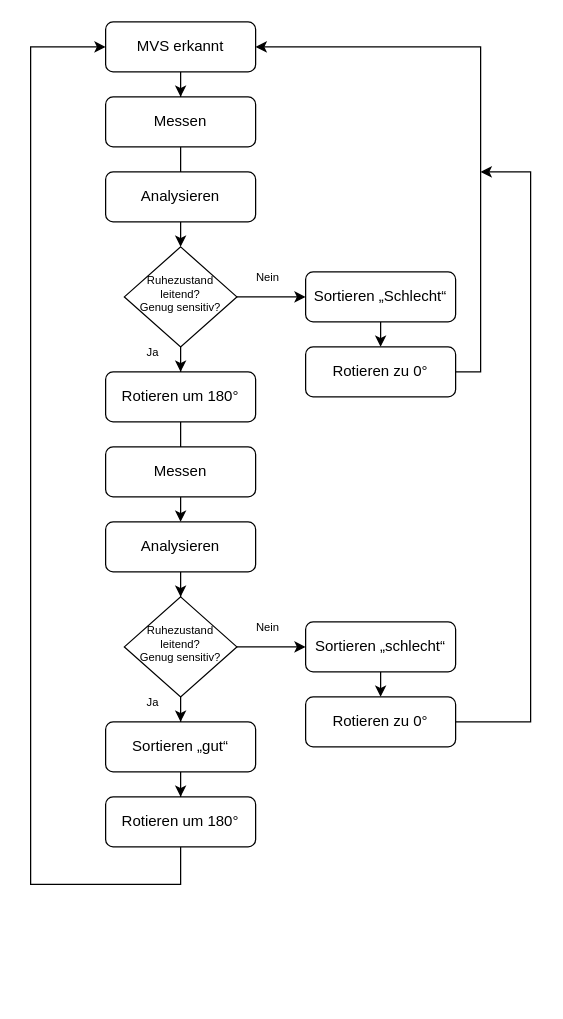
Before: algorithm.drawio in ShyngysM/stm32_multimodul, a draw.io diagram. Source tidied: cells renumbered, new cells numbered last; positions are measured from the earlier drawing's top-left corner, leaving out a move shared by most shapes. Both pictures are drawn from the tidied source at 125%, with x=0, y=0 at pixel (30, 21).
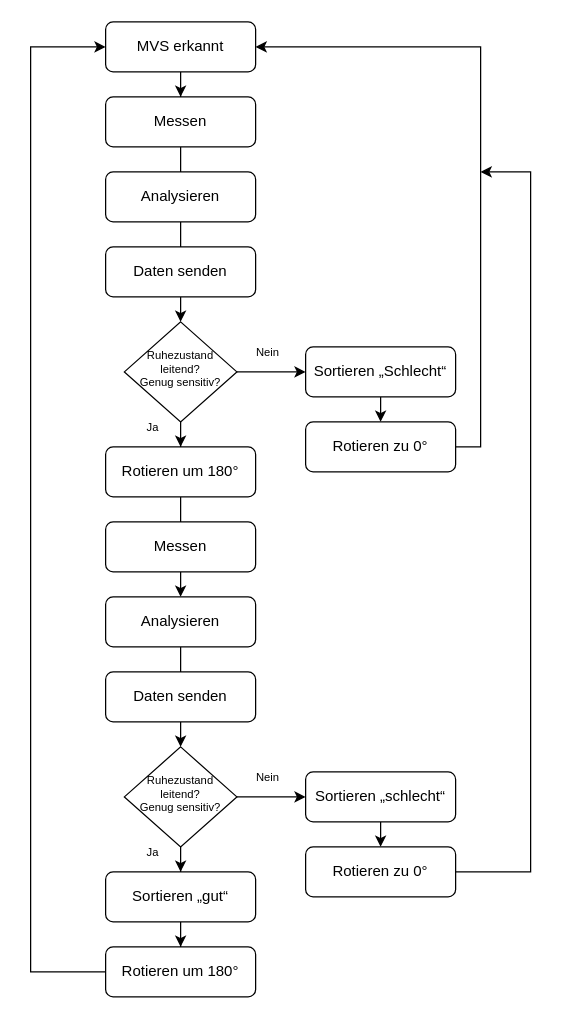
The same page after the edit.

The change refers to these unchanged cells:
```xml
<mxCell id="3" value="MVS erkannt" style="rounded=1;whiteSpace=wrap;html=1;fontSize=12;glass=0;strokeWidth=1;shadow=0;" parent="1" vertex="1">
  <mxGeometry x="60" width="120" height="40" as="geometry" />
</mxCell>
```

Change to the diagram source:
```diff
@@
     <mxCell id="9" value="&lt;div style=&quot;font-size: 9px;&quot;&gt;&lt;font style=&quot;font-size: 9px;&quot;&gt;Ruhezustand leitend?&lt;/font&gt;&lt;/div&gt;&lt;div style=&quot;font-size: 9px;&quot;&gt;&lt;font style=&quot;font-size: 9px;&quot;&gt;Genug sensitiv?&lt;/font&gt;&lt;br&gt;&lt;/div&gt;" style="rhombus;whiteSpace=wrap;html=1;shadow=0;fontFamily=Helvetica;fontSize=12;align=center;strokeWidth=1;spacing=6;spacingTop=-4;" parent="1" vertex="1">
-      <mxGeometry x="75" y="180" width="90" height="80" as="geometry" />
+      <mxGeometry x="75" y="240" width="90" height="80" as="geometry" />
     </mxCell>
@@
     <mxCell id="11" value="Sortieren „Schlecht“" style="rounded=1;whiteSpace=wrap;html=1;fontSize=12;glass=0;strokeWidth=1;shadow=0;" parent="1" vertex="1">
-      <mxGeometry x="220" y="200" width="120" height="40" as="geometry" />
+      <mxGeometry x="220" y="260" width="120" height="40" as="geometry" />
     </mxCell>
@@
     <mxCell id="13" value="Rotieren um 180°" style="rounded=1;whiteSpace=wrap;html=1;fontSize=12;glass=0;strokeWidth=1;shadow=0;" parent="1" vertex="1">
-      <mxGeometry x="60" y="280" width="120" height="40" as="geometry" />
+      <mxGeometry x="60" y="340" width="120" height="40" as="geometry" />
     </mxCell>
     <mxCell id="14" value="Ja" style="text;html=1;strokeColor=none;fillColor=none;align=center;verticalAlign=middle;whiteSpace=wrap;rounded=0;fontSize=9;" parent="1" vertex="1">
-      <mxGeometry x="90" y="260" width="16" height="10" as="geometry" />
+      <mxGeometry x="90" y="320" width="16" height="10" as="geometry" />
     </mxCell>
     <mxCell id="15" value="Nein" style="text;html=1;strokeColor=none;fillColor=none;align=center;verticalAlign=middle;whiteSpace=wrap;rounded=0;fontSize=9;" parent="1" vertex="1">
-      <mxGeometry x="180" y="200" width="20" height="10" as="geometry" />
+      <mxGeometry x="180" y="260" width="20" height="10" as="geometry" />
     </mxCell>
     <mxCell id="16" value="Messen" style="rounded=1;whiteSpace=wrap;html=1;fontSize=12;glass=0;strokeWidth=1;shadow=0;" parent="1" vertex="1">
-      <mxGeometry x="60" y="340" width="120" height="40" as="geometry" />
+      <mxGeometry x="60" y="400" width="120" height="40" as="geometry" />
     </mxCell>
@@
     <mxCell id="18" value="Analysieren" style="rounded=1;whiteSpace=wrap;html=1;fontSize=12;glass=0;strokeWidth=1;shadow=0;" parent="1" vertex="1">
-      <mxGeometry x="60" y="400" width="120" height="40" as="geometry" />
+      <mxGeometry x="60" y="460" width="120" height="40" as="geometry" />
     </mxCell>
@@
     <mxCell id="21" value="&lt;div style=&quot;font-size: 9px;&quot;&gt;&lt;font style=&quot;font-size: 9px;&quot;&gt;Ruhezustand leitend?&lt;/font&gt;&lt;/div&gt;&lt;div style=&quot;font-size: 9px;&quot;&gt;&lt;font style=&quot;font-size: 9px;&quot;&gt;Genug sensitiv?&lt;/font&gt;&lt;br&gt;&lt;/div&gt;" style="rhombus;whiteSpace=wrap;html=1;shadow=0;fontFamily=Helvetica;fontSize=12;align=center;strokeWidth=1;spacing=6;spacingTop=-4;" parent="1" vertex="1">
-      <mxGeometry x="75" y="460" width="90" height="80" as="geometry" />
+      <mxGeometry x="75" y="580" width="90" height="80" as="geometry" />
     </mxCell>
@@
     <mxCell id="23" value="Sortieren „schlecht“" style="rounded=1;whiteSpace=wrap;html=1;fontSize=12;glass=0;strokeWidth=1;shadow=0;" parent="1" vertex="1">
-      <mxGeometry x="220" y="480" width="120" height="40" as="geometry" />
+      <mxGeometry x="220" y="600" width="120" height="40" as="geometry" />
     </mxCell>
     <mxCell id="24" value="Ja" style="text;html=1;strokeColor=none;fillColor=none;align=center;verticalAlign=middle;whiteSpace=wrap;rounded=0;fontSize=9;" parent="1" vertex="1">
-      <mxGeometry x="90" y="540" width="16" height="10" as="geometry" />
+      <mxGeometry x="90" y="660" width="16" height="10" as="geometry" />
     </mxCell>
     <mxCell id="25" value="Nein" style="text;html=1;strokeColor=none;fillColor=none;align=center;verticalAlign=middle;whiteSpace=wrap;rounded=0;fontSize=9;" parent="1" vertex="1">
-      <mxGeometry x="180" y="480" width="20" height="10" as="geometry" />
+      <mxGeometry x="180" y="600" width="20" height="10" as="geometry" />
     </mxCell>
@@
     <mxCell id="27" value="Sortieren „gut“" style="rounded=1;whiteSpace=wrap;html=1;fontSize=12;glass=0;strokeWidth=1;shadow=0;" parent="1" vertex="1">
-      <mxGeometry x="60" y="560" width="120" height="40" as="geometry" />
+      <mxGeometry x="60" y="680" width="120" height="40" as="geometry" />
     </mxCell>
     <mxCell id="28" style="edgeStyle=none;rounded=0;jettySize=auto;html=1;fontSize=9;entryX=0;entryY=0.5;entryDx=0;entryDy=0;" parent="1" edge="1" source="29" target="3">
       <mxGeometry relative="1" as="geometry">
         <Array as="points">
-          <mxPoint x="120" y="690" />
-          <mxPoint y="690" />
+          <mxPoint y="760" />
           <mxPoint y="320" />
           <mxPoint y="20" />
           <mxPoint x="30" y="20" />
         </Array>
       </mxGeometry>
     </mxCell>
     <mxCell id="29" value="Rotieren um 180°" style="rounded=1;whiteSpace=wrap;html=1;fontSize=12;glass=0;strokeWidth=1;shadow=0;" parent="1" vertex="1">
-      <mxGeometry x="60" y="620" width="120" height="40" as="geometry" />
+      <mxGeometry x="60" y="740" width="120" height="40" as="geometry" />
     </mxCell>
     <mxCell id="30" style="edgeStyle=none;rounded=0;jettySize=auto;html=1;fontSize=9;entryX=1;entryY=0.5;entryDx=0;entryDy=0;" parent="1" edge="1" source="31" target="3">
       <mxGeometry relative="1" as="geometry">
         <Array as="points">
-          <mxPoint x="360" y="280" />
+          <mxPoint x="360" y="340" />
           <mxPoint x="360" y="20" />
         </Array>
       </mxGeometry>
     </mxCell>
     <mxCell id="31" value="Rotieren zu 0°" style="rounded=1;whiteSpace=wrap;html=1;fontSize=12;glass=0;strokeWidth=1;shadow=0;" parent="1" vertex="1">
-      <mxGeometry x="220" y="260" width="120" height="40" as="geometry" />
+      <mxGeometry x="220" y="320" width="120" height="40" as="geometry" />
     </mxCell>
     <mxCell id="32" style="edgeStyle=none;rounded=0;jettySize=auto;html=1;fontSize=9;" parent="1" edge="1" source="33">
       <mxGeometry relative="1" as="geometry">
         <mxPoint x="360" y="120" as="targetPoint" />
         <Array as="points">
-          <mxPoint x="400" y="560" />
+          <mxPoint x="400" y="680" />
           <mxPoint x="400" y="120" />
         </Array>
       </mxGeometry>
     </mxCell>
     <mxCell id="33" value="Rotieren zu 0°" style="rounded=1;whiteSpace=wrap;html=1;fontSize=12;glass=0;strokeWidth=1;shadow=0;" parent="1" vertex="1">
-      <mxGeometry x="220" y="540" width="120" height="40" as="geometry" />
+      <mxGeometry x="220" y="660" width="120" height="40" as="geometry" />
     </mxCell>
+    <mxCell id="34" value="Daten senden" style="rounded=1;whiteSpace=wrap;html=1;fontSize=12;glass=0;strokeWidth=1;shadow=0;" parent="1" vertex="1">
+      <mxGeometry x="60" y="180" width="120" height="40" as="geometry" />
+    </mxCell>
+    <mxCell id="35" value="Daten senden" style="rounded=1;whiteSpace=wrap;html=1;fontSize=12;glass=0;strokeWidth=1;shadow=0;" parent="1" vertex="1">
+      <mxGeometry x="60" y="520" width="120" height="40" as="geometry" />
+    </mxCell>
```
